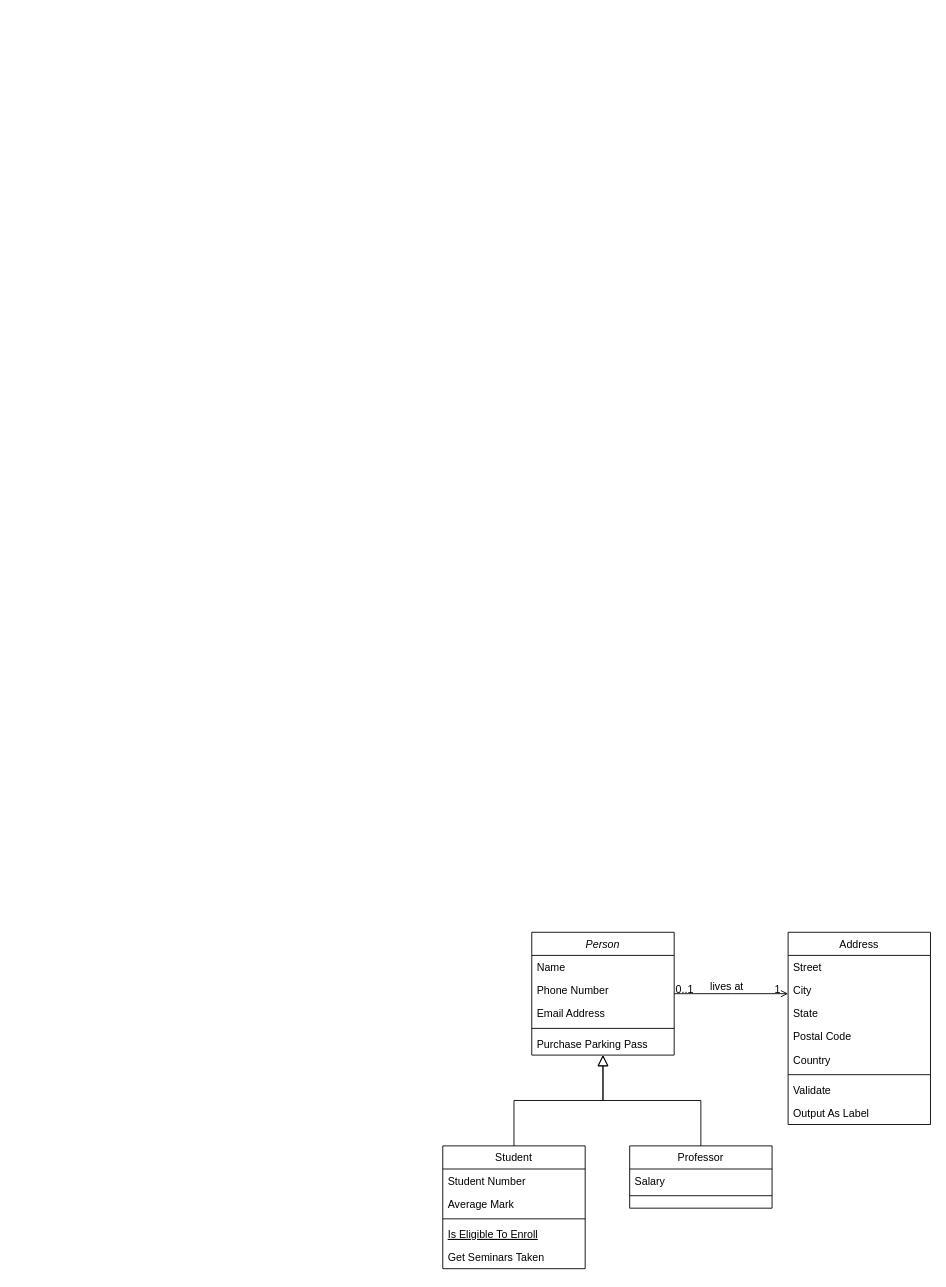
This is aa_classdiagram.drawio from ShineSoYoung/TEST, a draw.io file, before an edit. Source tidied: cells renumbered, new cells numbered last; positions are measured from the earlier drawing's top-left corner, leaving out a move shared by most shapes. Both pictures are drawn from the tidied source at 89%, with x=0, y=0 at pixel (442, 932).
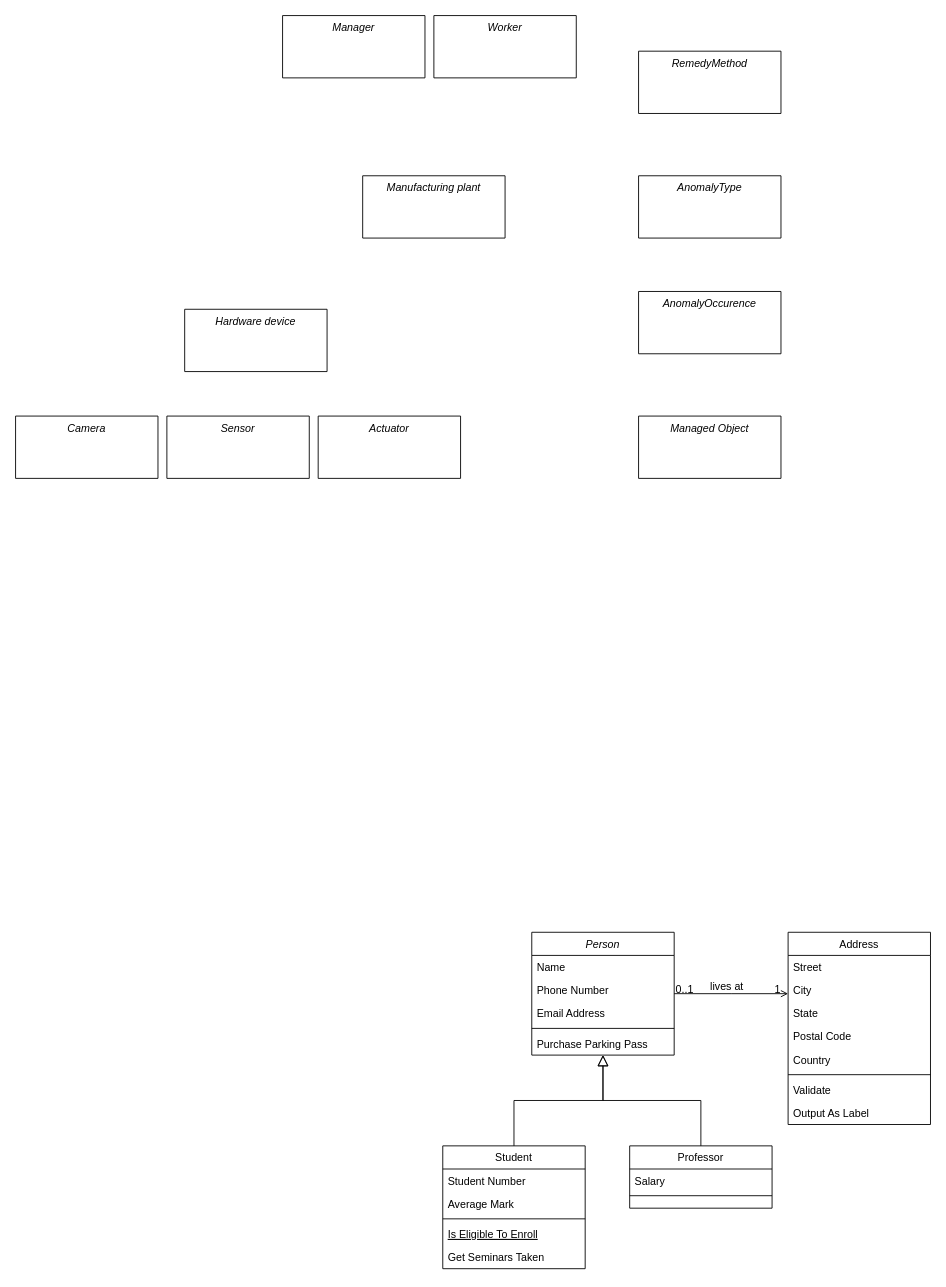
After the change.

What changed in the source:
```diff
@@
+    <mxCell id="32" value="Manufacturing plant" style="swimlane;fontStyle=2;align=center;verticalAlign=top;horizontal=1;startSize=70;rounded=0;shadow=0;strokeWidth=1;" parent="1" vertex="1">
+      <mxGeometry x="-90" y="-850" width="160" height="70" as="geometry" />
+    </mxCell>
+    <mxCell id="33" value="Hardware device" style="swimlane;fontStyle=2;align=center;verticalAlign=top;horizontal=1;startSize=70;rounded=0;shadow=0;strokeWidth=1;" parent="1" vertex="1">
+      <mxGeometry x="-290" y="-700" width="160" height="70" as="geometry" />
+    </mxCell>
+    <mxCell id="34" value="Managed Object" style="swimlane;fontStyle=2;align=center;verticalAlign=top;horizontal=1;startSize=70;rounded=0;shadow=0;strokeWidth=1;" parent="1" vertex="1">
+      <mxGeometry x="220" y="-580" width="160" height="70" as="geometry" />
+    </mxCell>
+    <mxCell id="35" value="Worker" style="swimlane;fontStyle=2;align=center;verticalAlign=top;horizontal=1;startSize=70;rounded=0;shadow=0;strokeWidth=1;" parent="1" vertex="1">
+      <mxGeometry x="-10" y="-1030" width="160" height="70" as="geometry" />
+    </mxCell>
+    <mxCell id="36" value="Manager" style="swimlane;fontStyle=2;align=center;verticalAlign=top;horizontal=1;startSize=70;rounded=0;shadow=0;strokeWidth=1;" parent="1" vertex="1">
+      <mxGeometry x="-180" y="-1030" width="160" height="70" as="geometry" />
+    </mxCell>
+    <mxCell id="37" value="AnomalyType" style="swimlane;fontStyle=2;align=center;verticalAlign=top;horizontal=1;startSize=70;rounded=0;shadow=0;strokeWidth=1;" parent="1" vertex="1">
+      <mxGeometry x="220" y="-850" width="160" height="70" as="geometry" />
+    </mxCell>
+    <mxCell id="38" value="RemedyMethod" style="swimlane;fontStyle=2;align=center;verticalAlign=top;horizontal=1;startSize=70;rounded=0;shadow=0;strokeWidth=1;" parent="1" vertex="1">
+      <mxGeometry x="220" y="-990" width="160" height="70" as="geometry" />
+    </mxCell>
+    <mxCell id="39" value="AnomalyOccurence" style="swimlane;fontStyle=2;align=center;verticalAlign=top;horizontal=1;startSize=70;rounded=0;shadow=0;strokeWidth=1;" parent="1" vertex="1">
+      <mxGeometry x="220" y="-720" width="160" height="70" as="geometry" />
+    </mxCell>
+    <mxCell id="40" value="Camera" style="swimlane;fontStyle=2;align=center;verticalAlign=top;horizontal=1;startSize=70;rounded=0;shadow=0;strokeWidth=1;" parent="1" vertex="1">
+      <mxGeometry x="-480" y="-580" width="160" height="70" as="geometry" />
+    </mxCell>
+    <mxCell id="41" value="Sensor" style="swimlane;fontStyle=2;align=center;verticalAlign=top;horizontal=1;startSize=70;rounded=0;shadow=0;strokeWidth=1;" parent="1" vertex="1">
+      <mxGeometry x="-310" y="-580" width="160" height="70" as="geometry" />
+    </mxCell>
+    <mxCell id="42" value="Actuator" style="swimlane;fontStyle=2;align=center;verticalAlign=top;horizontal=1;startSize=70;rounded=0;shadow=0;strokeWidth=1;" parent="1" vertex="1">
+      <mxGeometry x="-140" y="-580" width="160" height="70" as="geometry" />
+    </mxCell>
```
